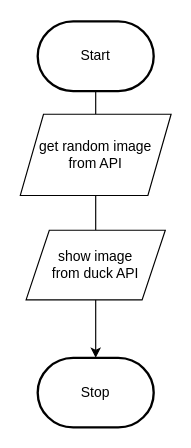
Above: design/flowchart.drawio in MTHS-ICS2O-2-2022/ICS2O-Assignment-06-Yuri-Gabutero24 (draw.io), before the change. Source tidied: cells renumbered, new cells numbered last; positions are measured from the earlier drawing's top-left corner, leaving out a move shared by most shapes. Both pictures are drawn from the tidied source at 116%, with x=0, y=0 at pixel (20, 21).
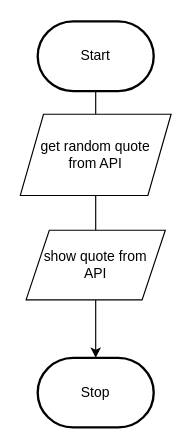
The same diagram, later.

Change to the diagram source:
```diff
@@
 <mxGraphModel>
   <root>
     <mxCell id="0" />
     <mxCell id="1" parent="0" />
     <mxCell id="2" style="edgeStyle=orthogonalEdgeStyle;html=1;rounded=0;startArrow=none;" parent="1" edge="1" source="6" target="4">
       <mxGeometry relative="1" as="geometry" />
     </mxCell>
     <mxCell id="3" value="Start" style="strokeWidth=2;html=1;shape=mxgraph.flowchart.terminator;whiteSpace=wrap;" parent="1" vertex="1">
       <mxGeometry x="15" width="100" height="60" as="geometry" />
     </mxCell>
     <mxCell id="4" value="Stop" style="strokeWidth=2;html=1;shape=mxgraph.flowchart.terminator;whiteSpace=wrap;" parent="1" vertex="1">
       <mxGeometry x="15" y="290" width="100" height="60" as="geometry" />
     </mxCell>
     <mxCell id="5" style="edgeStyle=orthogonalEdgeStyle;html=1;rounded=0;endArrow=none;startArrow=none;" parent="1" edge="1" source="8" target="6">
       <mxGeometry relative="1" as="geometry" />
     </mxCell>
-    <mxCell id="6" value="show image&lt;br&gt;from duck API" style="shape=parallelogram;perimeter=parallelogramPerimeter;whiteSpace=wrap;html=1;fixedSize=1;" parent="1" vertex="1">
+    <mxCell id="6" value="show quote from&lt;br&gt;API" style="shape=parallelogram;perimeter=parallelogramPerimeter;whiteSpace=wrap;html=1;fixedSize=1;" parent="1" vertex="1">
       <mxGeometry x="5" y="180" width="120" height="60" as="geometry" />
     </mxCell>
     <mxCell id="7" style="edgeStyle=orthogonalEdgeStyle;html=1;rounded=0;endArrow=none;" parent="1" edge="1" source="3" target="8">
       <mxGeometry relative="1" as="geometry" />
     </mxCell>
-    <mxCell id="8" value="get random image&lt;br&gt;from API" style="shape=parallelogram;perimeter=parallelogramPerimeter;whiteSpace=wrap;html=1;fixedSize=1;" parent="1" vertex="1">
+    <mxCell id="8" value="get random quote&lt;br&gt;from API" style="shape=parallelogram;perimeter=parallelogramPerimeter;whiteSpace=wrap;html=1;fixedSize=1;" parent="1" vertex="1">
       <mxGeometry y="80" width="130" height="70" as="geometry" />
     </mxCell>
   </root>
 </mxGraphModel>
```
